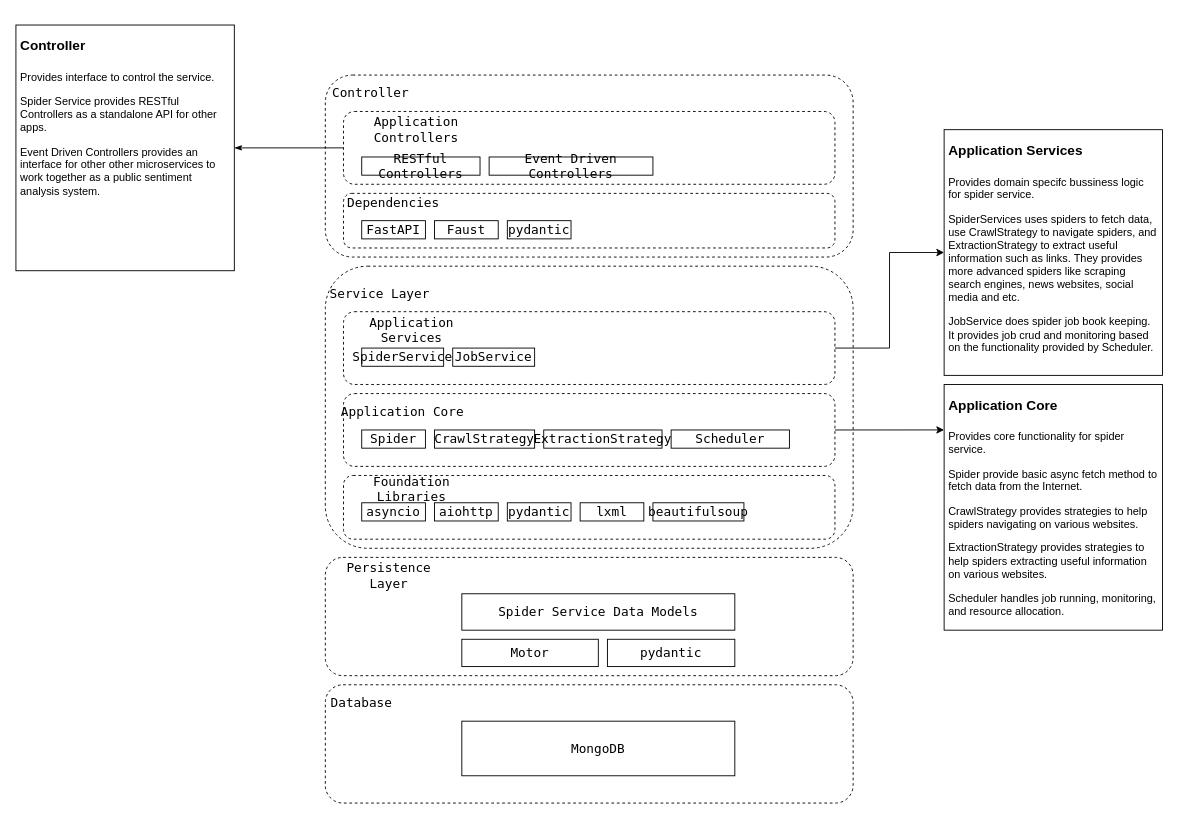
The draw.io diagram page "Spider Service Architecture" (1 of 3) of docs/design/System UML.drawio in LENAX/public-sentiment-analysis, before the edit. Source tidied: cells renumbered, new cells numbered last; positions are measured from the earlier drawing's top-left corner, leaving out a move shared by most shapes. Both pictures are drawn from the tidied source at 91%, with x=0, y=0 at pixel (15, 25).
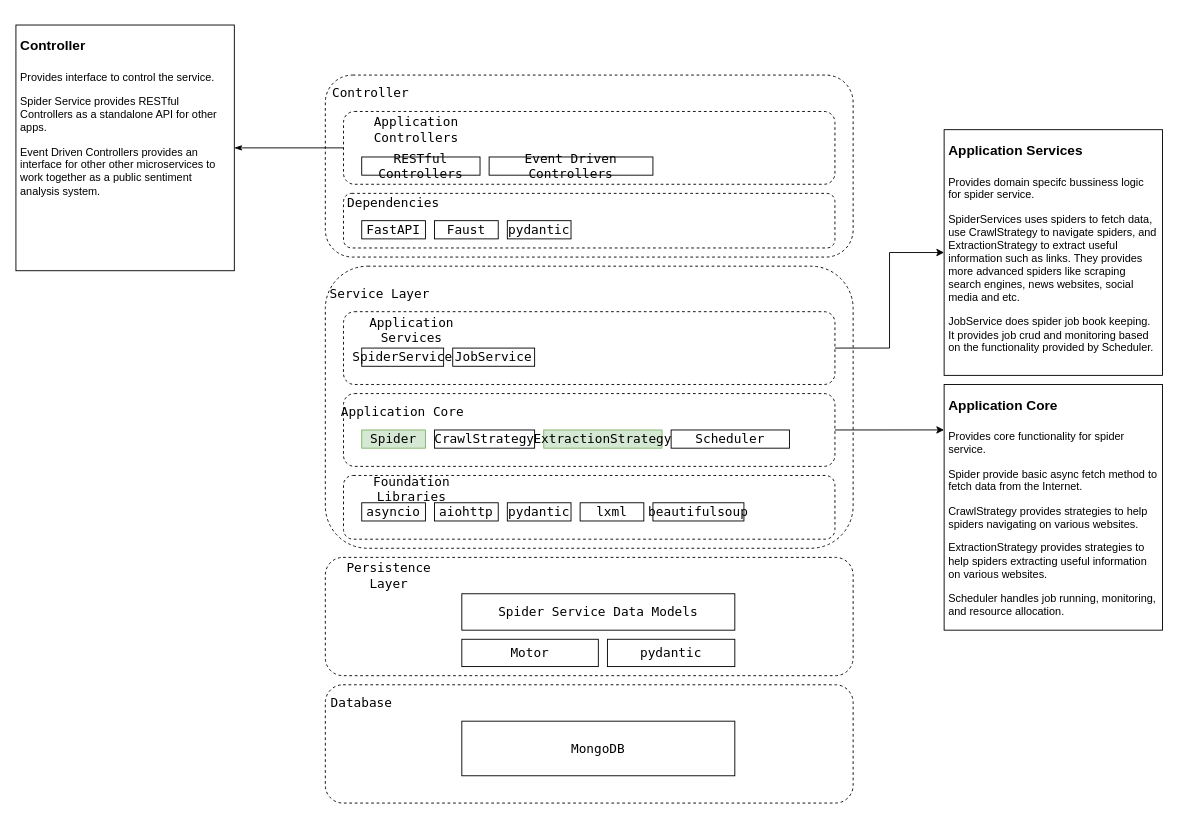
After the change.

The edit, as a diff of the source:
```diff
@@
-    <mxCell id="18" value="Spider" style="rounded=0;whiteSpace=wrap;html=1;fontFamily=Lucida Console;fontSize=14;" parent="1" vertex="1">
+    <mxCell id="18" value="Spider" style="rounded=0;whiteSpace=wrap;html=1;fontFamily=Lucida Console;fontSize=14;fillColor=#d5e8d4;strokeColor=#82b366;" parent="1" vertex="1">
       <mxGeometry x="380" y="445" width="70" height="20" as="geometry" />
     </mxCell>
@@
-    <mxCell id="25" value="ExtractionStrategy" style="rounded=0;whiteSpace=wrap;html=1;fontFamily=Lucida Console;fontSize=14;" parent="1" vertex="1">
+    <mxCell id="25" value="ExtractionStrategy" style="rounded=0;whiteSpace=wrap;html=1;fontFamily=Lucida Console;fontSize=14;fillColor=#d5e8d4;strokeColor=#82b366;" parent="1" vertex="1">
       <mxGeometry x="580" y="445" width="130" height="20" as="geometry" />
     </mxCell>
```
